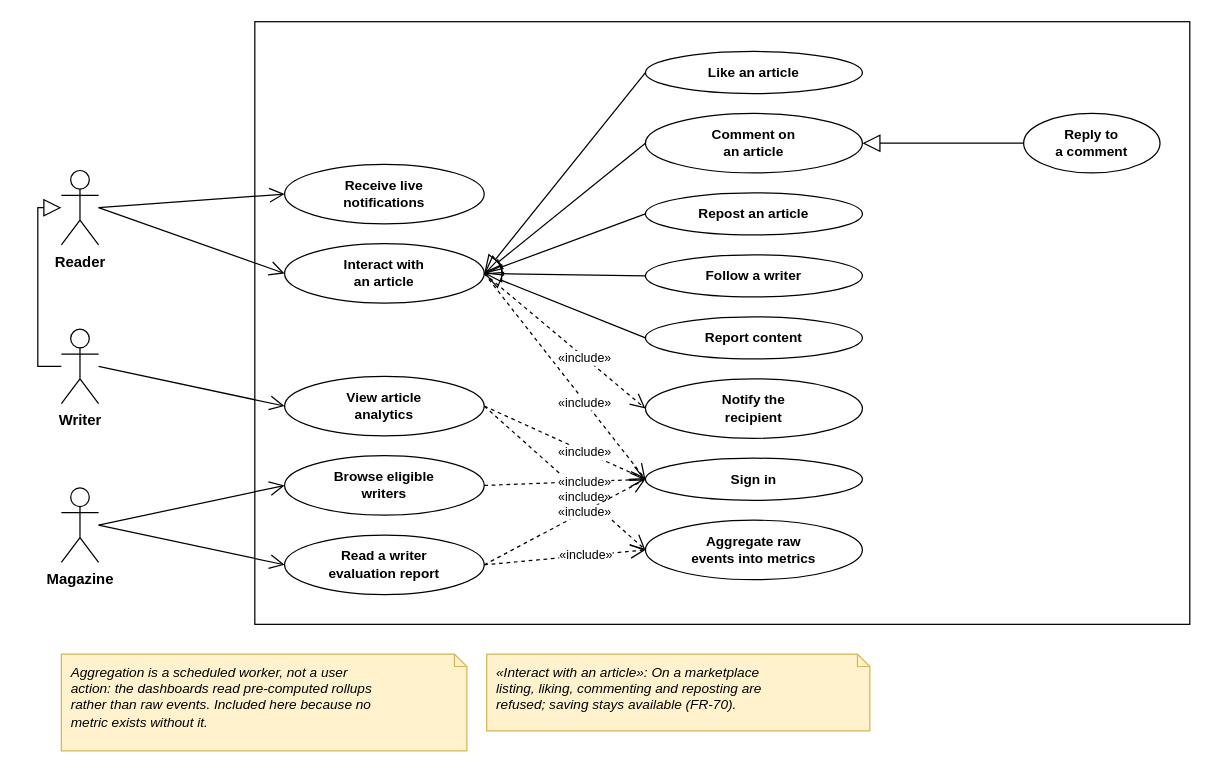
This is diagrams/fig-5-1-use-case-sprint-3/fig-5-1-use-case-sprint-3.drawio from inkwell-dev/spec.inkwell.ai, a draw.io file, before an edit. Source tidied: cells renumbered, new cells numbered last; positions are measured from the earlier drawing's top-left corner, leaving out a move shared by most shapes. Both pictures are drawn from the tidied source at 124%, with x=0, y=0 at pixel (37, 21).
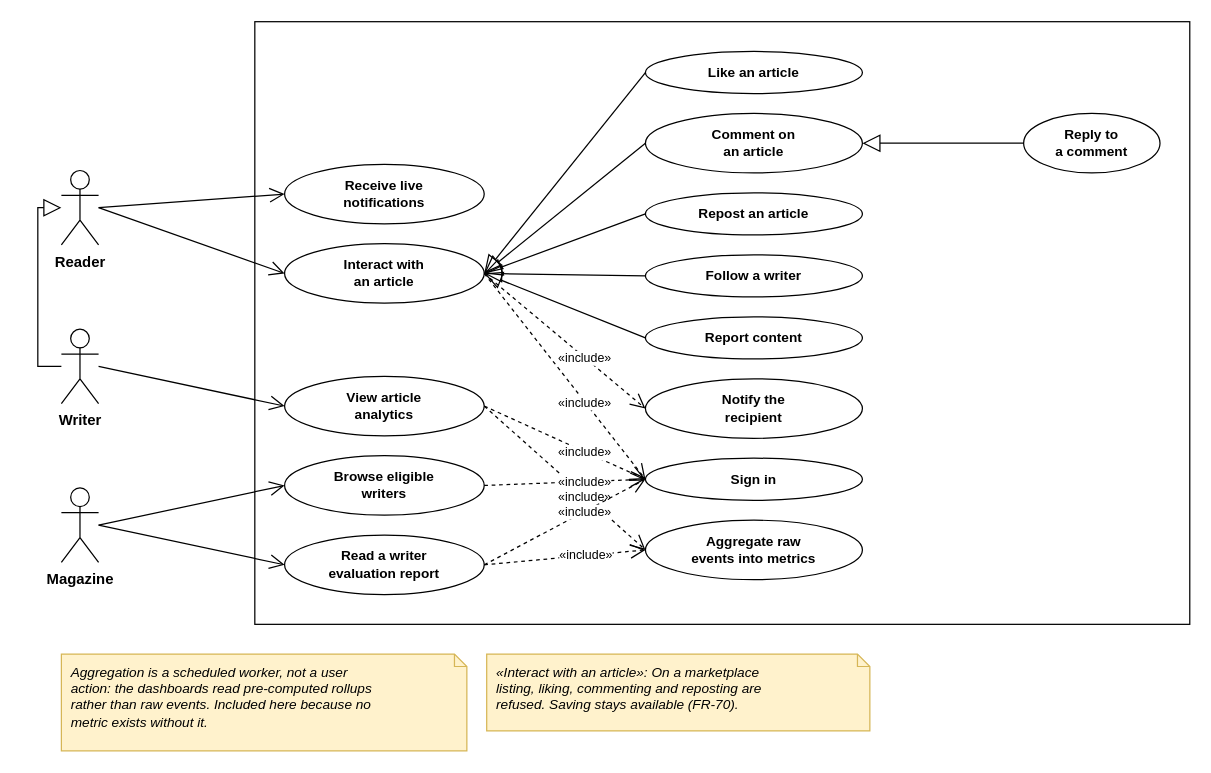
The same page after the edit.

Change to the diagram source:
```diff
@@
-    <mxCell id="40" value="«Interact with an article»: On a marketplace&lt;br&gt;listing, liking, commenting and reposting are&lt;br&gt;refused; saving stays available (FR-70)." style="shape=note;whiteSpace=wrap;html=1;size=10;fillColor=#FFF2CC;strokeColor=#D6B656;align=left;verticalAlign=top;spacingLeft=6;spacingTop=2;fontStyle=2;fontSize=11;fontFamily=Helvetica;fontColor=#000000;" parent="1" vertex="1">
+    <mxCell id="40" value="«Interact with an article»: On a marketplace&lt;br&gt;listing, liking, commenting and reposting are&lt;br&gt;refused. Saving stays available (FR-70)." style="shape=note;whiteSpace=wrap;html=1;size=10;fillColor=#FFF2CC;strokeColor=#D6B656;align=left;verticalAlign=top;spacingLeft=6;spacingTop=2;fontStyle=2;fontSize=11;fontFamily=Helvetica;fontColor=#000000;" parent="1" vertex="1">
       <mxGeometry x="362" y="510" width="309" height="62" as="geometry" />
     </mxCell>
```
